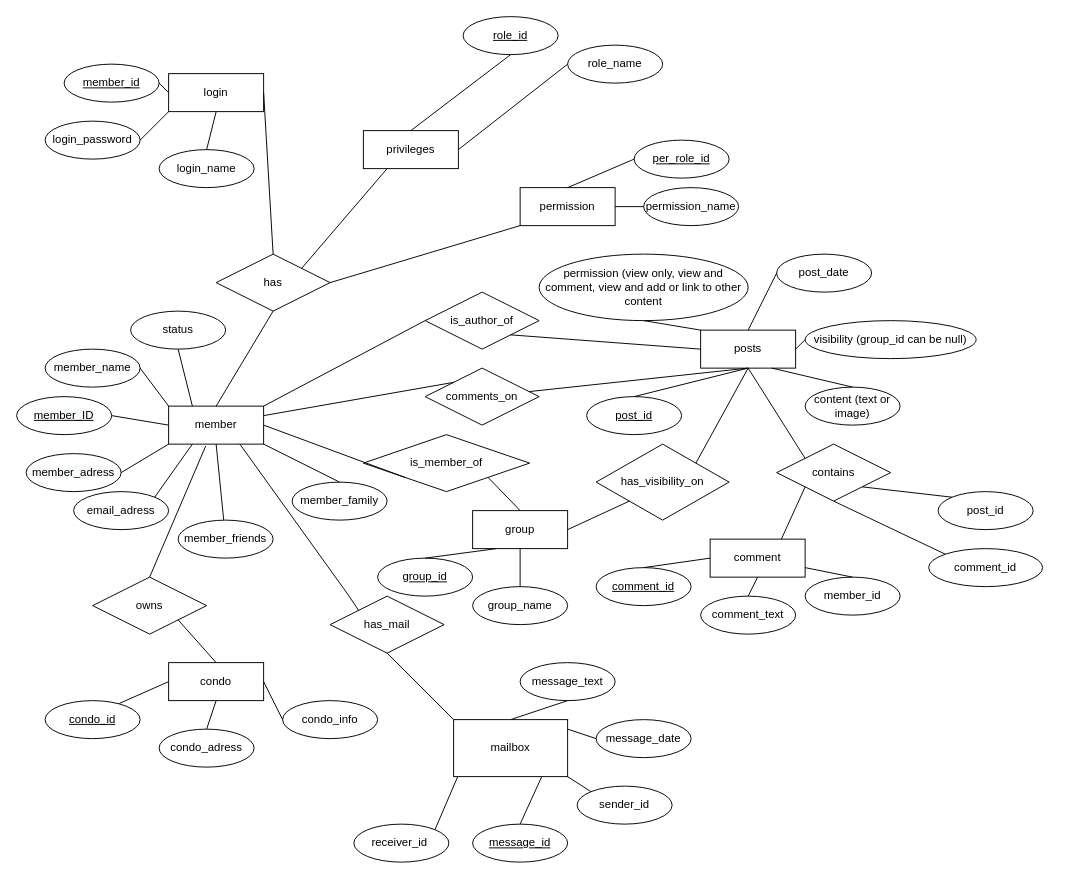
Earlier version of the draw.io diagram doc/ER_diagram_rev1.drawio (samgo1/Condo-Association-Project). Source tidied: cells renumbered, new cells numbered last; positions are measured from the earlier drawing's top-left corner, leaving out a move shared by most shapes. Both pictures are drawn from the tidied source at 95%, with x=0, y=0 at pixel (16, 16).
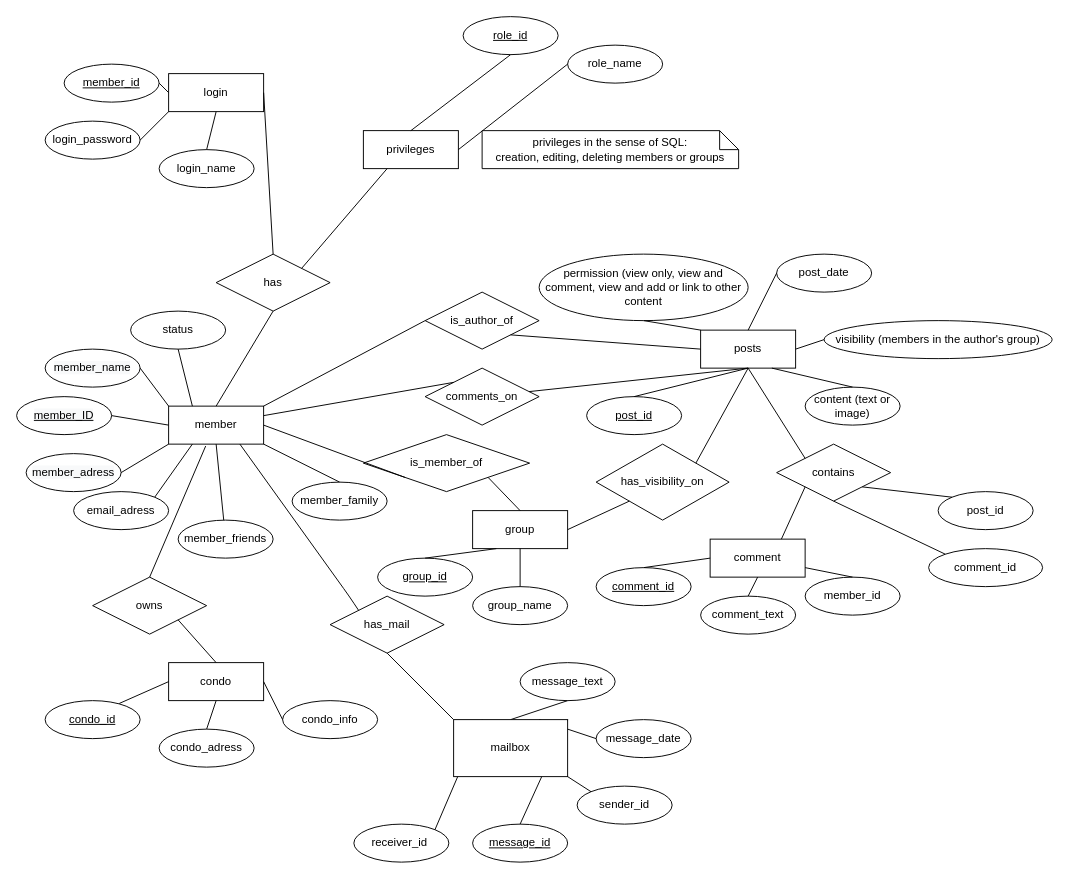
After the change.

Commit message:
removed permission entity from members: permission are only on content

Unchanged cells that the change refers to:
```xml
<mxCell id="6" value="has" style="shape=rhombus;perimeter=rhombusPerimeter;whiteSpace=wrap;html=1;align=center;" parent="1" vertex="1">
  <mxGeometry x="210" y="250" width="120" height="60" as="geometry" />
</mxCell>
<mxCell id="47" value="posts" style="whiteSpace=wrap;html=1;align=center;" parent="1" vertex="1">
  <mxGeometry x="720" y="330" width="100" height="40" as="geometry" />
</mxCell>
```

The edit, as a diff of the source:
```diff
@@
-    <mxCell id="20" value="permission" style="whiteSpace=wrap;html=1;align=center;" parent="1" vertex="1">
-      <mxGeometry x="530" y="180" width="100" height="40" as="geometry" />
-    </mxCell>
-    <mxCell id="21" value="per_role_id" style="ellipse;whiteSpace=wrap;html=1;align=center;fontStyle=4;" parent="1" vertex="1">
-      <mxGeometry x="650" y="130" width="100" height="40" as="geometry" />
-    </mxCell>
-    <mxCell id="22" value="permission_name" style="ellipse;whiteSpace=wrap;html=1;align=center;" parent="1" vertex="1">
-      <mxGeometry x="660" y="180" width="100" height="40" as="geometry" />
-    </mxCell>
@@
-    <mxCell id="25" style="endArrow=none;html=1;entryX=0;entryY=0.5;entryDx=0;entryDy=0;exitX=0.5;exitY=0;exitDx=0;exitDy=0;" parent="1" edge="1" source="20" target="21">
-      <mxGeometry relative="1" as="geometry" />
-    </mxCell>
-    <mxCell id="26" style="endArrow=none;html=1;entryX=0;entryY=0.5;entryDx=0;entryDy=0;exitX=1;exitY=0.5;exitDx=0;exitDy=0;" parent="1" edge="1" source="20" target="22">
-      <mxGeometry relative="1" as="geometry" />
-    </mxCell>
@@
-    <mxCell id="35" style="endArrow=none;html=1;exitX=1;exitY=0.5;exitDx=0;exitDy=0;entryX=0;entryY=1;entryDx=0;entryDy=0;" parent="1" edge="1" source="6" target="20">
-      <mxGeometry relative="1" as="geometry" />
-    </mxCell>
@@
-    <mxCell id="50" value="visibility (group_id can be null)" style="ellipse;whiteSpace=wrap;html=1;align=center;" parent="1" vertex="1">
-      <mxGeometry x="830" y="320" width="180" height="40" as="geometry" />
+    <mxCell id="50" value="visibility (members in the author's group)" style="ellipse;whiteSpace=wrap;html=1;align=center;" parent="1" vertex="1">
+      <mxGeometry x="850" y="320" width="240" height="40" as="geometry" />
     </mxCell>
@@
-    <mxCell id="54" style="endArrow=none;html=1;exitX=1;exitY=0.5;exitDx=0;exitDy=0;" parent="1" edge="1" source="47">
-      <mxGeometry relative="1" as="geometry">
-        <mxPoint x="830" y="340" as="targetPoint" />
-      </mxGeometry>
+    <mxCell id="54" style="endArrow=none;html=1;exitX=1;exitY=0.5;exitDx=0;exitDy=0;entryX=0;entryY=0.5;entryDx=0;entryDy=0;" parent="1" edge="1" source="47" target="50">
+      <mxGeometry relative="1" as="geometry" />
     </mxCell>
@@
+    <mxCell id="106" value="privileges in the sense of SQL:&lt;br&gt;creation, editing, deleting members or groups" style="shape=note;size=20;whiteSpace=wrap;html=1;" parent="1" vertex="1">
+      <mxGeometry x="490" y="120" width="270" height="40" as="geometry" />
+    </mxCell>
```
